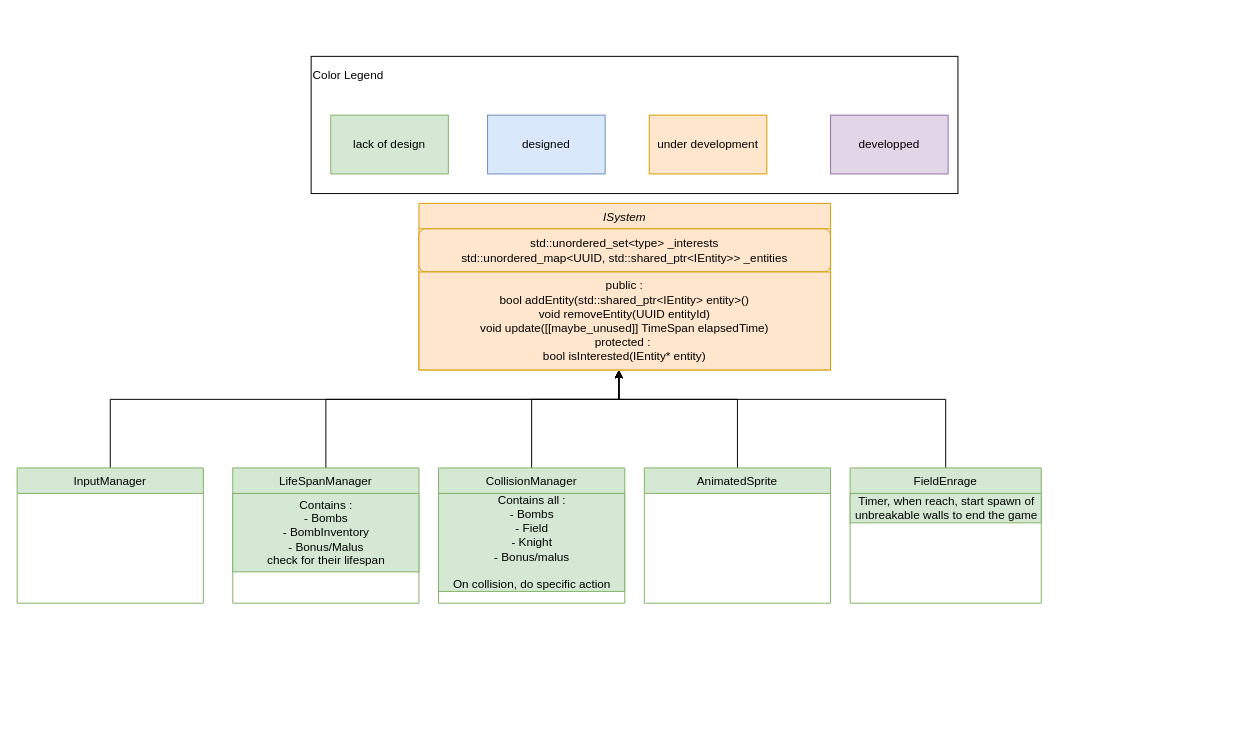
Before: page "Systems" (3 of 5) of doc/UMLGeneralFramework.drawio in Kragoum/BomberKnight, a draw.io diagram. Source tidied: cells renumbered, new cells numbered last; positions are measured from the earlier drawing's top-left corner, leaving out a move shared by most shapes. Both pictures are drawn from the tidied source at 98%, with x=0, y=0 at pixel (17, 56).
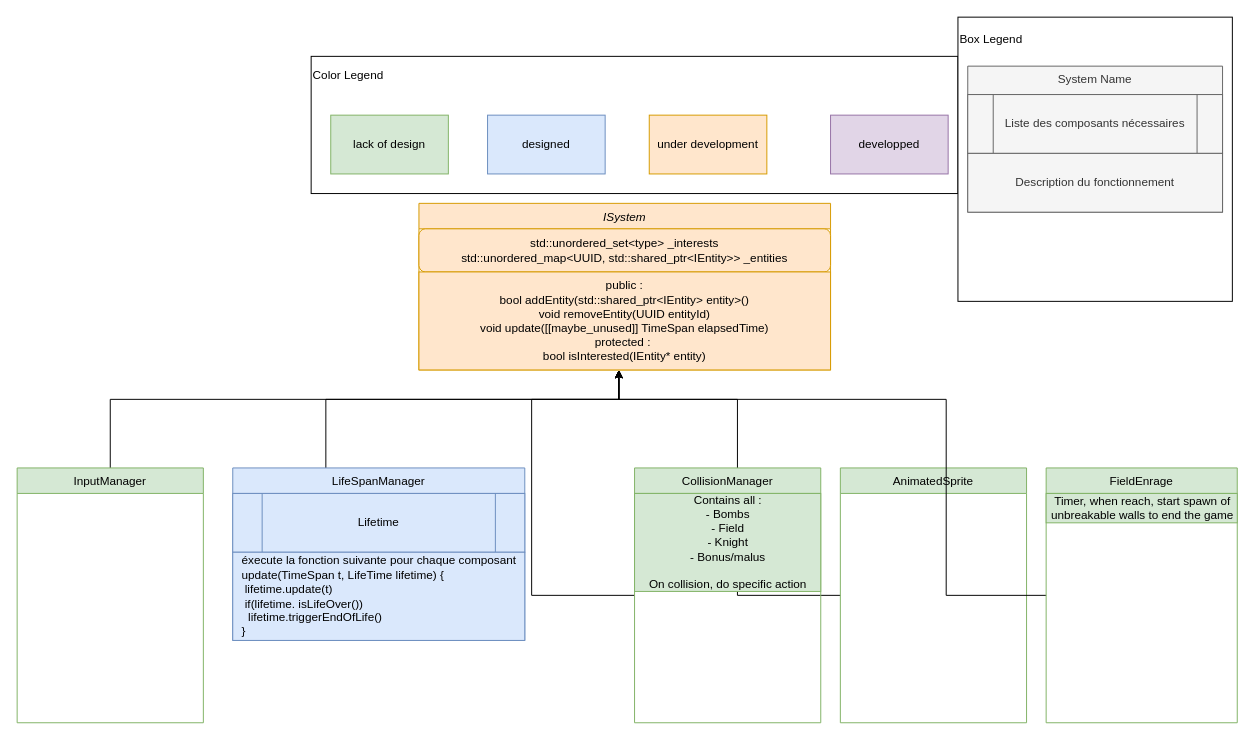
The same page after the edit.

Diff of the diagram source:
```diff
@@
-    <mxCell id="6" value="LifeSpanManager" style="swimlane;fontStyle=0;align=center;verticalAlign=top;horizontal=1;startSize=26;rounded=0;shadow=0;strokeWidth=1;fillColor=#d5e8d4;strokeColor=#82b366;" parent="1" vertex="1">
-      <mxGeometry x="220" y="420" width="190" height="138" as="geometry" />
+    <mxCell id="6" value="LifeSpanManager" style="swimlane;fontStyle=0;align=center;verticalAlign=top;horizontal=1;startSize=26;rounded=0;shadow=0;strokeWidth=1;fillColor=#dae8fc;strokeColor=#6c8ebf;" parent="1" vertex="1">
+      <mxGeometry x="220" y="420" width="298" height="176" as="geometry" />
     </mxCell>
+    <mxCell id="24" value="Lifetime" style="shape=process;whiteSpace=wrap;html=1;backgroundOutline=1;fillColor=#dae8fc;strokeColor=#6c8ebf;" parent="6" vertex="1">
+      <mxGeometry y="26" width="298" height="60" as="geometry" />
+    </mxCell>
-    <mxCell id="7" value="Contains :&lt;br&gt;- Bombs&lt;br&gt;- BombInventory&lt;br&gt;- Bonus/Malus&lt;br&gt;check for their lifespan" style="text;html=1;align=center;verticalAlign=middle;strokeColor=#82b366;fillColor=#d5e8d4;" parent="6" vertex="1">
-      <mxGeometry y="26" width="190" height="80" as="geometry" />
+    <mxCell id="7" value="&lt;div style=&quot;text-align: left;&quot;&gt;&lt;span style=&quot;background-color: initial;&quot;&gt;éxecute la fonction suivante pour chaque composant&lt;/span&gt;&lt;br&gt;&lt;/div&gt;&lt;div style=&quot;text-align: left;&quot;&gt;&lt;span style=&quot;background-color: initial;&quot;&gt;update(TimeSpan t, LifeTime lifetime) {&lt;/span&gt;&lt;/div&gt;&lt;span style=&quot;&quot;&gt;&lt;div style=&quot;text-align: left;&quot;&gt;&lt;span style=&quot;background-color: initial;&quot;&gt;&lt;span style=&quot;white-space: pre;&quot;&gt; &lt;/span&gt;lifetime&lt;/span&gt;&lt;span style=&quot;background-color: initial;&quot;&gt;.update(t)&lt;/span&gt;&lt;/div&gt;&lt;/span&gt;&lt;div style=&quot;text-align: left;&quot;&gt;&lt;span style=&quot;background-color: initial;&quot;&gt;&lt;span style=&quot;white-space: pre;&quot;&gt; &lt;/span&gt;if(&lt;/span&gt;&lt;span style=&quot;background-color: initial;&quot;&gt;lifetime.&amp;nbsp;&lt;/span&gt;&lt;span style=&quot;background-color: initial;&quot;&gt;isLifeOver())&lt;/span&gt;&lt;/div&gt;&lt;span style=&quot;&quot;&gt;&lt;div style=&quot;text-align: left;&quot;&gt;&lt;span style=&quot;background-color: initial;&quot;&gt;&lt;span style=&quot;white-space: pre;&quot;&gt; &lt;/span&gt;&lt;span style=&quot;white-space: pre;&quot;&gt; &lt;/span&gt;lifetime.&lt;/span&gt;&lt;span style=&quot;background-color: initial;&quot;&gt;triggerEndOfLife()&lt;/span&gt;&lt;/div&gt;&lt;/span&gt;&lt;span style=&quot;&quot;&gt;&lt;div style=&quot;text-align: left;&quot;&gt;&lt;span style=&quot;background-color: initial;&quot;&gt;}&lt;/span&gt;&lt;/div&gt;&lt;/span&gt;" style="text;html=1;align=center;verticalAlign=middle;strokeColor=#6c8ebf;fillColor=#dae8fc;" parent="6" vertex="1">
+      <mxGeometry y="86" width="298" height="90" as="geometry" />
     </mxCell>
@@
     <mxCell id="9" value="AnimatedSprite" style="swimlane;fontStyle=0;align=center;verticalAlign=top;horizontal=1;startSize=26;rounded=0;shadow=0;strokeWidth=1;fillColor=#d5e8d4;strokeColor=#82b366;" parent="1" vertex="1">
-      <mxGeometry x="640" y="420" width="190" height="138" as="geometry" />
+      <mxGeometry x="840" y="420" width="190" height="260" as="geometry" />
     </mxCell>
@@
     <mxCell id="11" value="CollisionManager&#10;" style="swimlane;fontStyle=0;align=center;verticalAlign=top;horizontal=1;startSize=26;rounded=0;shadow=0;strokeWidth=1;fillColor=#d5e8d4;strokeColor=#82b366;" parent="1" vertex="1">
-      <mxGeometry x="430" y="420" width="190" height="138" as="geometry" />
+      <mxGeometry x="630" y="420" width="190" height="260" as="geometry" />
     </mxCell>
@@
     <mxCell id="14" value="FieldEnrage" style="swimlane;fontStyle=0;align=center;verticalAlign=top;horizontal=1;startSize=26;rounded=0;shadow=0;strokeWidth=1;fillColor=#d5e8d4;strokeColor=#82b366;" parent="1" vertex="1">
-      <mxGeometry x="850" y="420" width="195" height="138" as="geometry" />
+      <mxGeometry x="1050" y="420" width="195" height="260" as="geometry" />
     </mxCell>
@@
     <mxCell id="17" value="InputManager" style="swimlane;fontStyle=0;align=center;verticalAlign=top;horizontal=1;startSize=26;rounded=0;shadow=0;strokeWidth=1;fillColor=#d5e8d4;strokeColor=#82b366;" parent="1" vertex="1">
-      <mxGeometry y="420" width="190" height="138" as="geometry" />
+      <mxGeometry y="420" width="190" height="260" as="geometry" />
     </mxCell>
@@
+    <mxCell id="25" style="group;" parent="1" vertex="1">
+      <mxGeometry x="960" y="-40" width="280" height="290" as="geometry" />
+    </mxCell>
+    <mxCell id="26" value="Box Legend&lt;br&gt;&lt;br&gt;&lt;br&gt;&lt;br&gt;&lt;br&gt;&lt;br&gt;&lt;br&gt;&lt;br&gt;&lt;br&gt;&lt;br&gt;&lt;br&gt;&lt;br&gt;&lt;br&gt;&lt;br&gt;&lt;br&gt;&lt;br&gt;&lt;br&gt;&lt;br&gt;" style="rounded=0;whiteSpace=wrap;html=1;align=left;" parent="25" vertex="1">
+      <mxGeometry width="280" height="290" as="geometry" />
+    </mxCell>
+    <mxCell id="27" value="System Name" style="swimlane;fontStyle=0;align=center;verticalAlign=top;horizontal=1;startSize=29;rounded=0;shadow=0;strokeWidth=1;fillColor=#f5f5f5;strokeColor=#666666;fontColor=#333333;" parent="25" vertex="1">
+      <mxGeometry x="10" y="50" width="260" height="149" as="geometry" />
+    </mxCell>
+    <mxCell id="28" value="Liste des composants nécessaires" style="shape=process;whiteSpace=wrap;html=1;backgroundOutline=1;fillColor=#f5f5f5;fontColor=#333333;strokeColor=#666666;" parent="27" vertex="1">
+      <mxGeometry y="29" width="260" height="60" as="geometry" />
+    </mxCell>
+    <mxCell id="29" value="Description du fonctionnement" style="rounded=0;whiteSpace=wrap;html=1;fillColor=#f5f5f5;strokeColor=#666666;fontColor=#333333;" parent="27" vertex="1">
+      <mxGeometry y="89" width="260" height="60" as="geometry" />
+    </mxCell>
```
